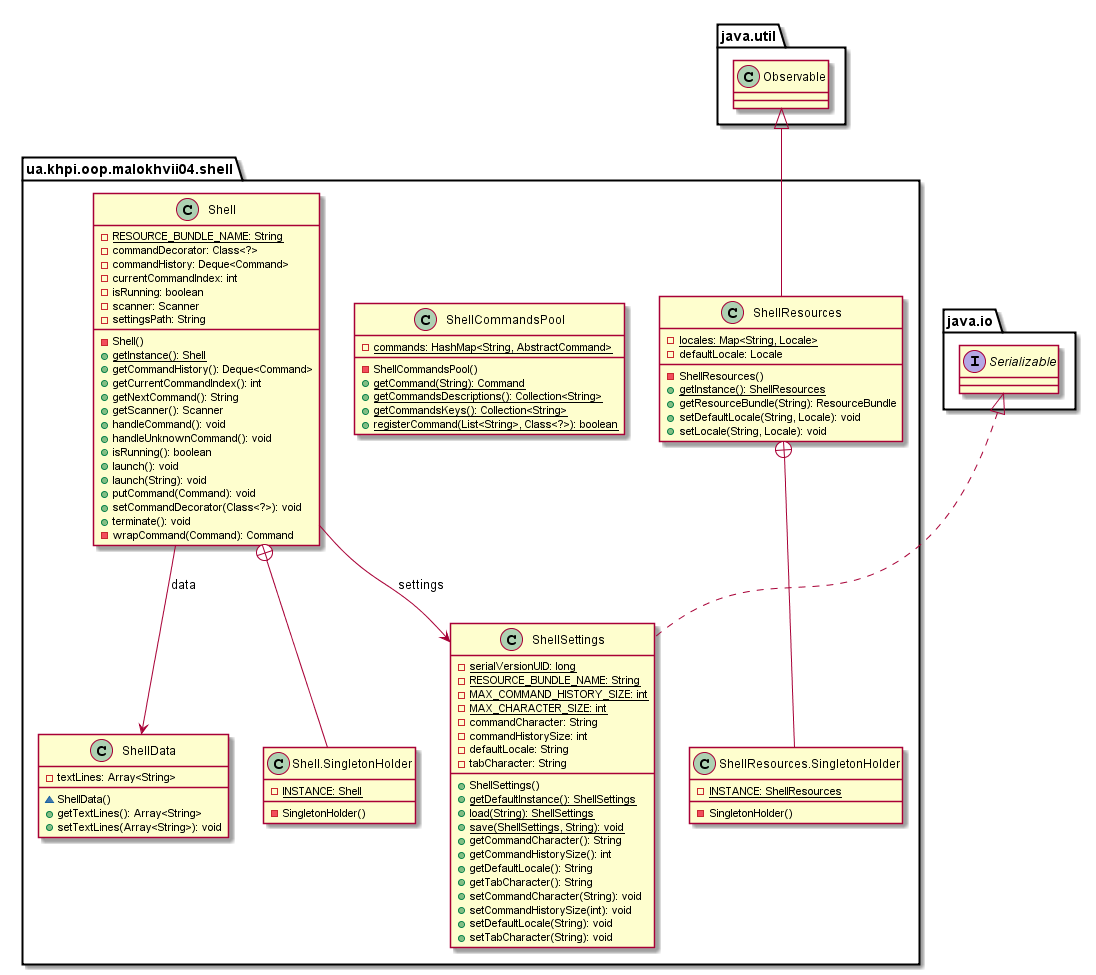
Above: malokhvii-eduard/malokhvii04/doc/plantuml/png/ua.khpi.oop.malokhvii04.shell.package.png in P-Kalin/kit26a (PlantUML), before the change.
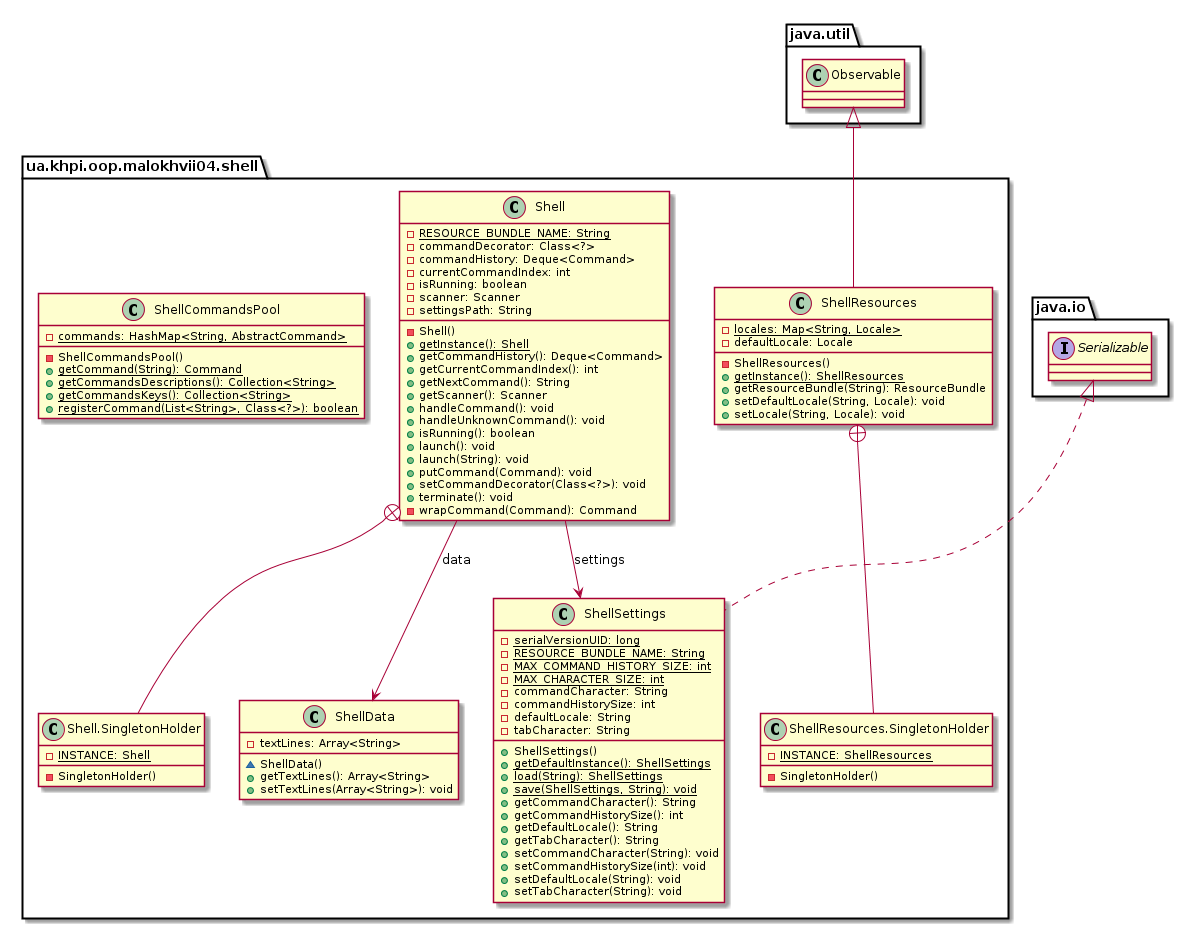
After the change.

The edit, as a diff of the source:
```diff
@@ -1,6 +1,13 @@
 @startuml
 
     namespace ua.khpi.oop.malokhvii04.shell {
+
+        class ShellData {
+            -textLines: Array<String>
+            ~ShellData()
+            +getTextLines(): Array<String>
+            +setTextLines(Array<String>): void
+        }
 
         class ShellSettings {
             {static} -serialVersionUID: long
@@ -40,22 +47,6 @@
             -SingletonHolder()
         }
 
-        class ShellData {
-            -textLines: Array<String>
-            ~ShellData()
-            +getTextLines(): Array<String>
-            +setTextLines(Array<String>): void
-        }
-
-        class ShellCommandsPool {
-            {static} -commands: HashMap<String, AbstractCommand>
-            -ShellCommandsPool()
-            {static} +getCommand(String): Command
-            {static} +getCommandsDescriptions(): Collection<String>
-            {static} +getCommandsKeys(): Collection<String>
-            {static} +registerCommand(List<String>, Class<?>): boolean
-        }
-
         class Shell {
             {static} -RESOURCE_BUNDLE_NAME: String
             -commandDecorator: Class<?>
@@ -86,6 +77,15 @@
             -SingletonHolder()
         }
 
+        class ShellCommandsPool {
+            {static} -commands: HashMap<String, AbstractCommand>
+            -ShellCommandsPool()
+            {static} +getCommand(String): Command
+            {static} +getCommandsDescriptions(): Collection<String>
+            {static} +getCommandsKeys(): Collection<String>
+            {static} +registerCommand(List<String>, Class<?>): boolean
+        }
+
         interface java.io.Serializable
         java.io.Serializable <|.. ShellSettings
 
```
